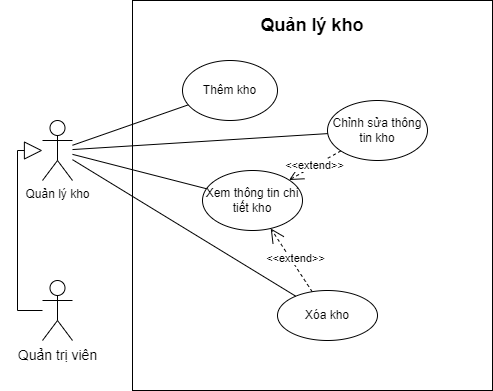
Earlier version of the draw.io export img/UseCase/UseCase-Quản lý kho.drawio.png (hienbui-iwrp/DACN_report). Source tidied: cells renumbered, new cells last; positions are measured from the earlier drawing's top-left corner, leaving out a move shared by most shapes. Source of this version:
```xml
<mxGraphModel>
  <root>
    <mxCell id="0" />
    <mxCell id="1" parent="0" />
    <mxCell id="2" style="rounded=0;whiteSpace=wrap;html=1;" parent="1" vertex="1">
      <mxGeometry x="115" width="360" height="390" as="geometry" />
    </mxCell>
    <mxCell id="3" value="&lt;b&gt;&lt;font style=&quot;font-size: 18px;&quot;&gt;Quản lý kho&lt;/font&gt;&lt;/b&gt;" style="text;html=1;strokeColor=none;fillColor=none;align=center;verticalAlign=middle;whiteSpace=wrap;rounded=0;" parent="1" vertex="1">
      <mxGeometry x="115" y="10" width="360" height="30" as="geometry" />
    </mxCell>
    <mxCell id="4" value="Quản lý kho" style="shape=umlActor;verticalLabelPosition=bottom;verticalAlign=top;html=1;outlineConnect=0;" parent="1" vertex="1">
      <mxGeometry x="25" y="120" width="30" height="60" as="geometry" />
    </mxCell>
    <mxCell id="5" style="endArrow=none;html=1;rounded=0;" parent="1" edge="1" source="9" target="4">
      <mxGeometry relative="1" as="geometry" />
    </mxCell>
    <mxCell id="6" value="Thêm kho" style="ellipse;whiteSpace=wrap;html=1;" parent="1" vertex="1">
      <mxGeometry x="165" y="60" width="95" height="60" as="geometry" />
    </mxCell>
    <mxCell id="7" value="Chỉnh sửa thông tin kho" style="ellipse;whiteSpace=wrap;html=1;" parent="1" vertex="1">
      <mxGeometry x="310" y="100" width="100" height="60" as="geometry" />
    </mxCell>
    <mxCell id="8" value="Xóa kho" style="ellipse;whiteSpace=wrap;html=1;" parent="1" vertex="1">
      <mxGeometry x="260" y="290" width="100" height="50" as="geometry" />
    </mxCell>
    <mxCell id="9" value="Xem thông tin chi tiết kho" style="ellipse;whiteSpace=wrap;html=1;" parent="1" vertex="1">
      <mxGeometry x="185" y="170" width="100" height="60" as="geometry" />
    </mxCell>
    <mxCell id="10" style="endArrow=none;html=1;rounded=0;" parent="1" edge="1" source="6" target="4">
      <mxGeometry relative="1" as="geometry" />
    </mxCell>
    <mxCell id="11" style="endArrow=none;html=1;rounded=0;" parent="1" edge="1" source="7" target="4">
      <mxGeometry relative="1" as="geometry" />
    </mxCell>
    <mxCell id="12" style="endArrow=none;html=1;rounded=0;" parent="1" edge="1" source="8" target="4">
      <mxGeometry relative="1" as="geometry" />
    </mxCell>
    <mxCell id="13" value="&amp;lt;&amp;lt;extend&amp;gt;&amp;gt;" style="endArrow=open;endSize=12;dashed=1;html=1;rounded=0;" parent="1" edge="1" source="7" target="9">
      <mxGeometry relative="1" as="geometry" />
    </mxCell>
    <mxCell id="14" value="&amp;lt;&amp;lt;extend&amp;gt;&amp;gt;" style="endArrow=open;endSize=12;dashed=1;html=1;rounded=0;" parent="1" edge="1" source="8" target="9">
      <mxGeometry x="-0.03" y="-4" relative="1" as="geometry" />
    </mxCell>
    <mxCell id="15" value="&lt;font style=&quot;font-size: 14px;&quot;&gt;Quản trị viên&lt;/font&gt;" style="shape=umlActor;verticalLabelPosition=bottom;verticalAlign=top;html=1;outlineConnect=0;" parent="1" vertex="1">
      <mxGeometry x="25" y="280" width="30" height="60" as="geometry" />
    </mxCell>
    <mxCell id="16" style="endArrow=block;endSize=16;endFill=0;html=1;rounded=0;edgeStyle=orthogonalEdgeStyle;" parent="1" edge="1" source="15" target="4">
      <mxGeometry relative="1" as="geometry">
        <Array as="points">
          <mxPoint y="150" />
        </Array>
      </mxGeometry>
    </mxCell>
  </root>
</mxGraphModel>
```
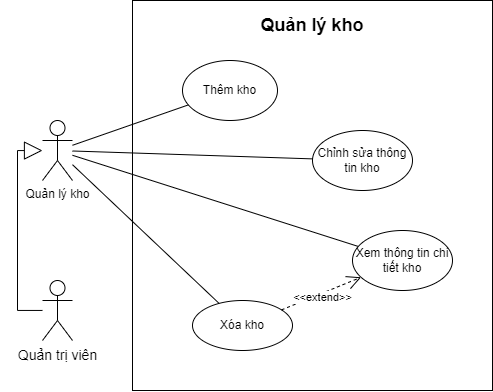
After the commit.

The edit, as a diff of the source:
```diff
@@ -18,13 +18,13 @@
       <mxGeometry x="165" y="60" width="95" height="60" as="geometry" />
     </mxCell>
     <mxCell id="7" value="Chỉnh sửa thông tin kho" style="ellipse;whiteSpace=wrap;html=1;" parent="1" vertex="1">
-      <mxGeometry x="310" y="100" width="100" height="60" as="geometry" />
+      <mxGeometry x="295" y="130" width="100" height="60" as="geometry" />
     </mxCell>
     <mxCell id="8" value="Xóa kho" style="ellipse;whiteSpace=wrap;html=1;" parent="1" vertex="1">
-      <mxGeometry x="260" y="290" width="100" height="50" as="geometry" />
+      <mxGeometry x="175" y="300" width="100" height="50" as="geometry" />
     </mxCell>
     <mxCell id="9" value="Xem thông tin chi tiết kho" style="ellipse;whiteSpace=wrap;html=1;" parent="1" vertex="1">
-      <mxGeometry x="185" y="170" width="100" height="60" as="geometry" />
+      <mxGeometry x="335" y="230" width="100" height="60" as="geometry" />
     </mxCell>
     <mxCell id="10" style="endArrow=none;html=1;rounded=0;" parent="1" edge="1" source="6" target="4">
       <mxGeometry relative="1" as="geometry" />
@@ -35,9 +35,6 @@
     <mxCell id="12" style="endArrow=none;html=1;rounded=0;" parent="1" edge="1" source="8" target="4">
       <mxGeometry relative="1" as="geometry" />
     </mxCell>
-    <mxCell id="13" value="&amp;lt;&amp;lt;extend&amp;gt;&amp;gt;" style="endArrow=open;endSize=12;dashed=1;html=1;rounded=0;" parent="1" edge="1" source="7" target="9">
-      <mxGeometry relative="1" as="geometry" />
-    </mxCell>
     <mxCell id="14" value="&amp;lt;&amp;lt;extend&amp;gt;&amp;gt;" style="endArrow=open;endSize=12;dashed=1;html=1;rounded=0;" parent="1" edge="1" source="8" target="9">
       <mxGeometry x="-0.03" y="-4" relative="1" as="geometry" />
     </mxCell>
```
